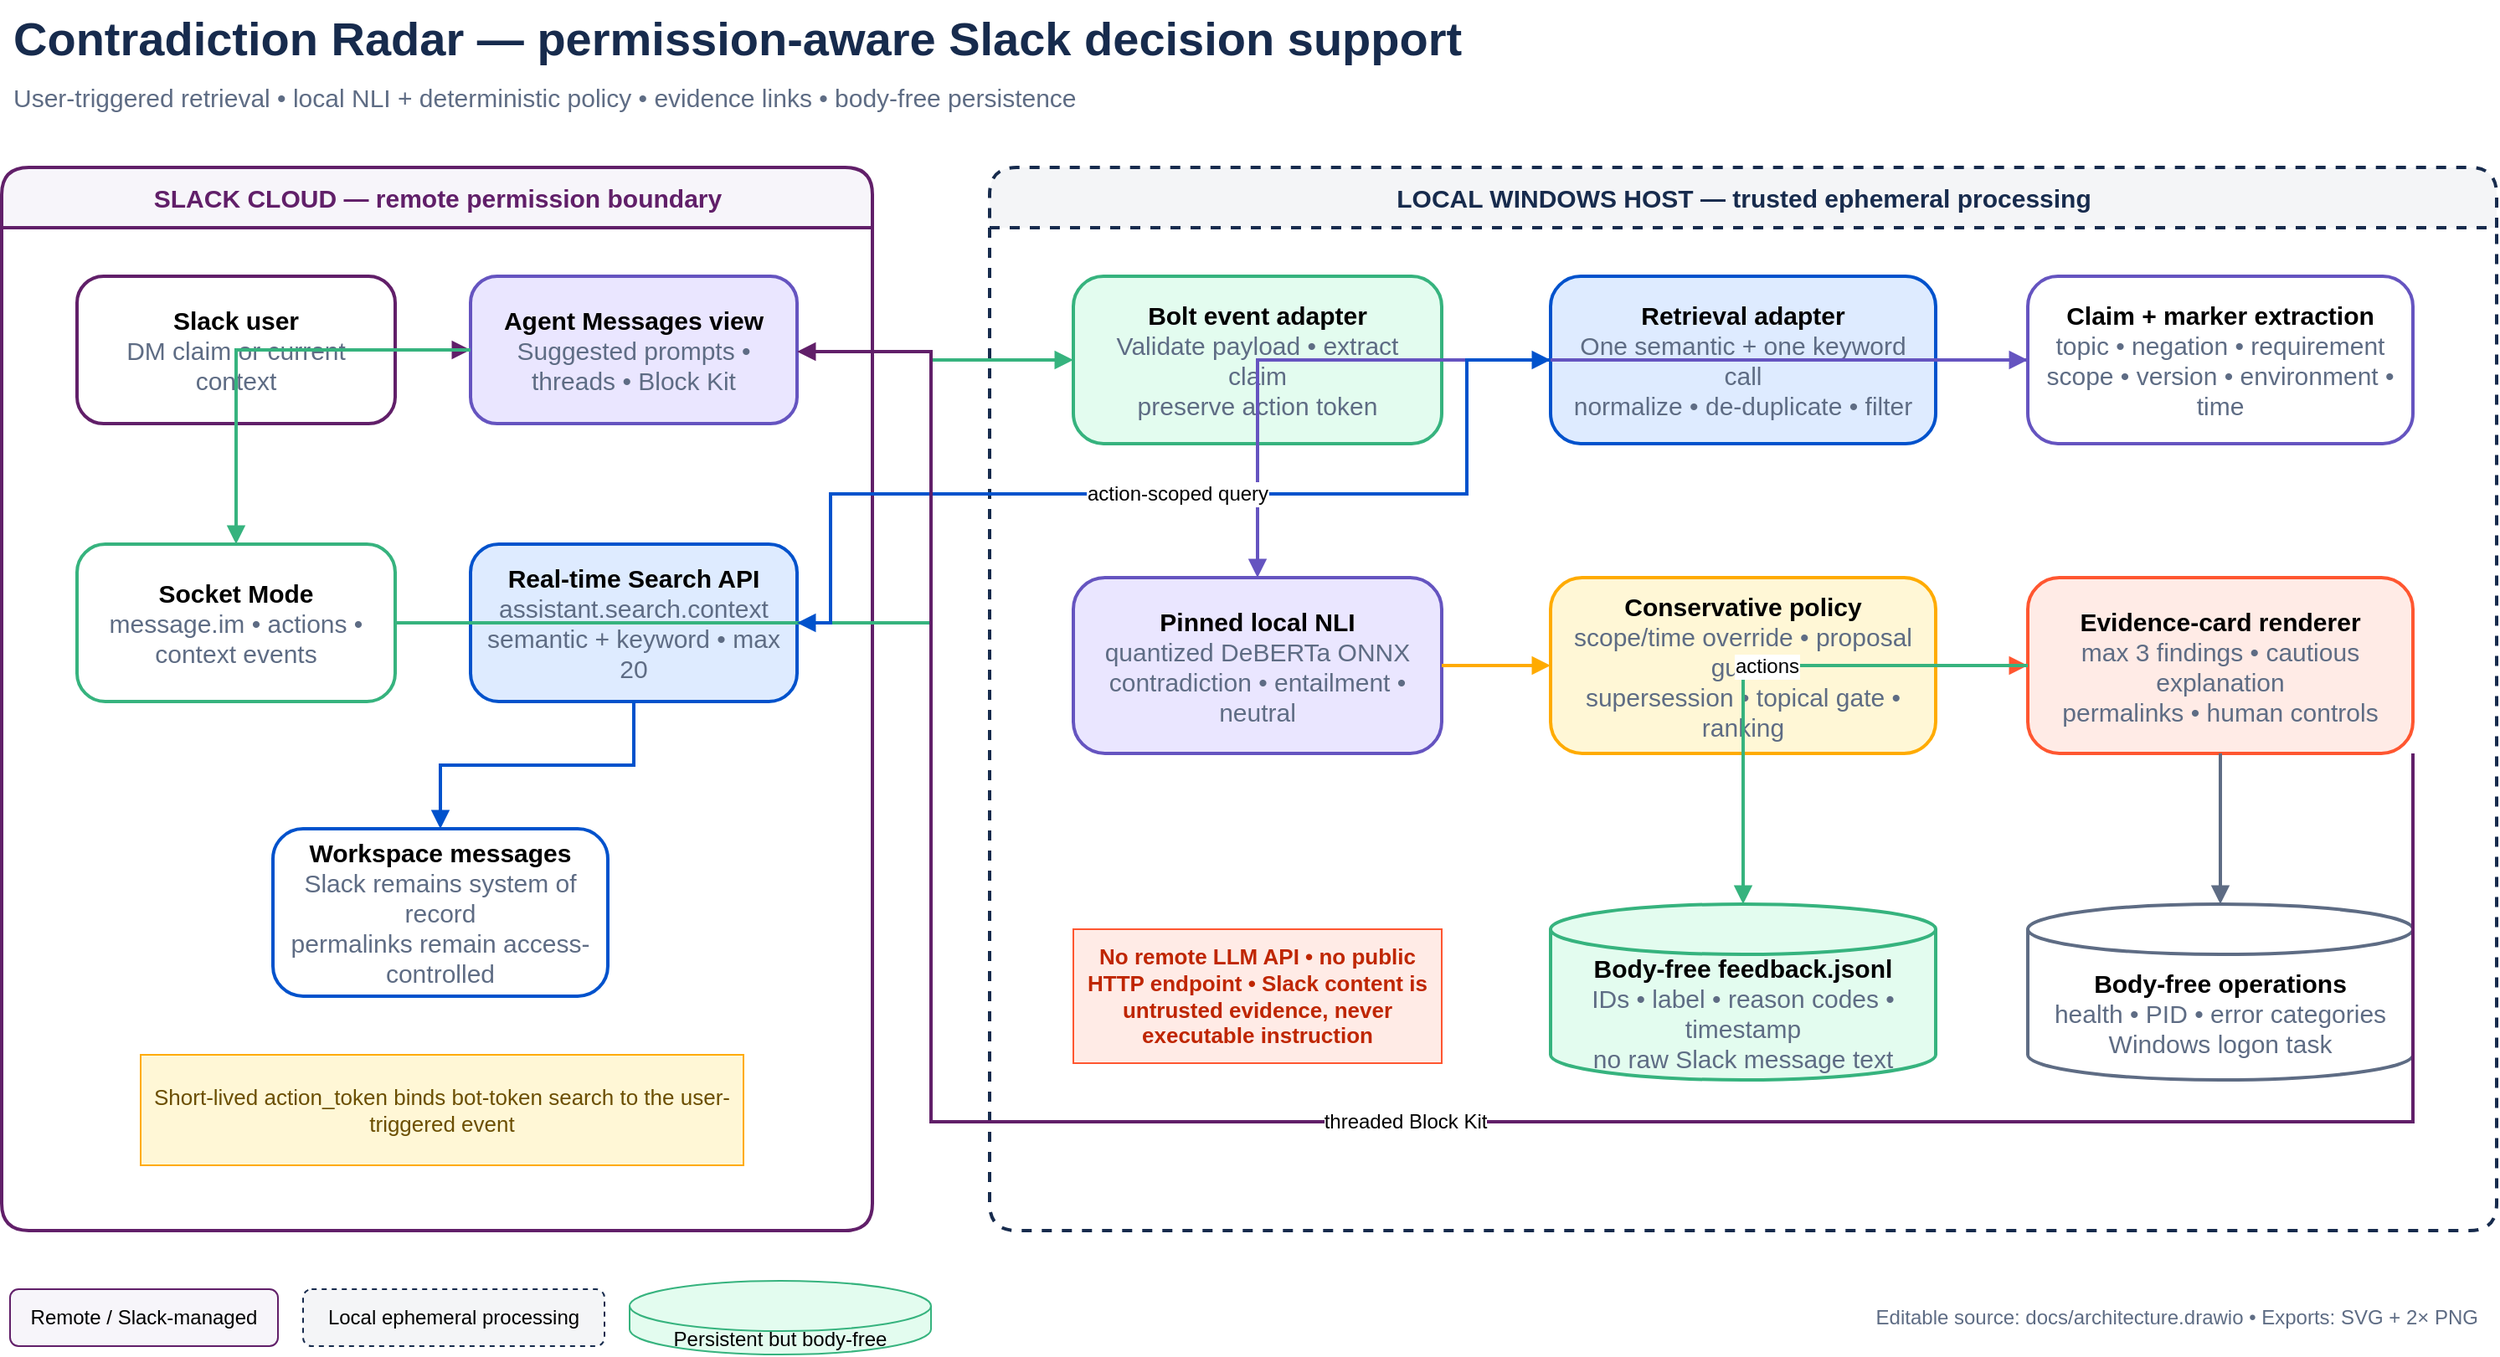
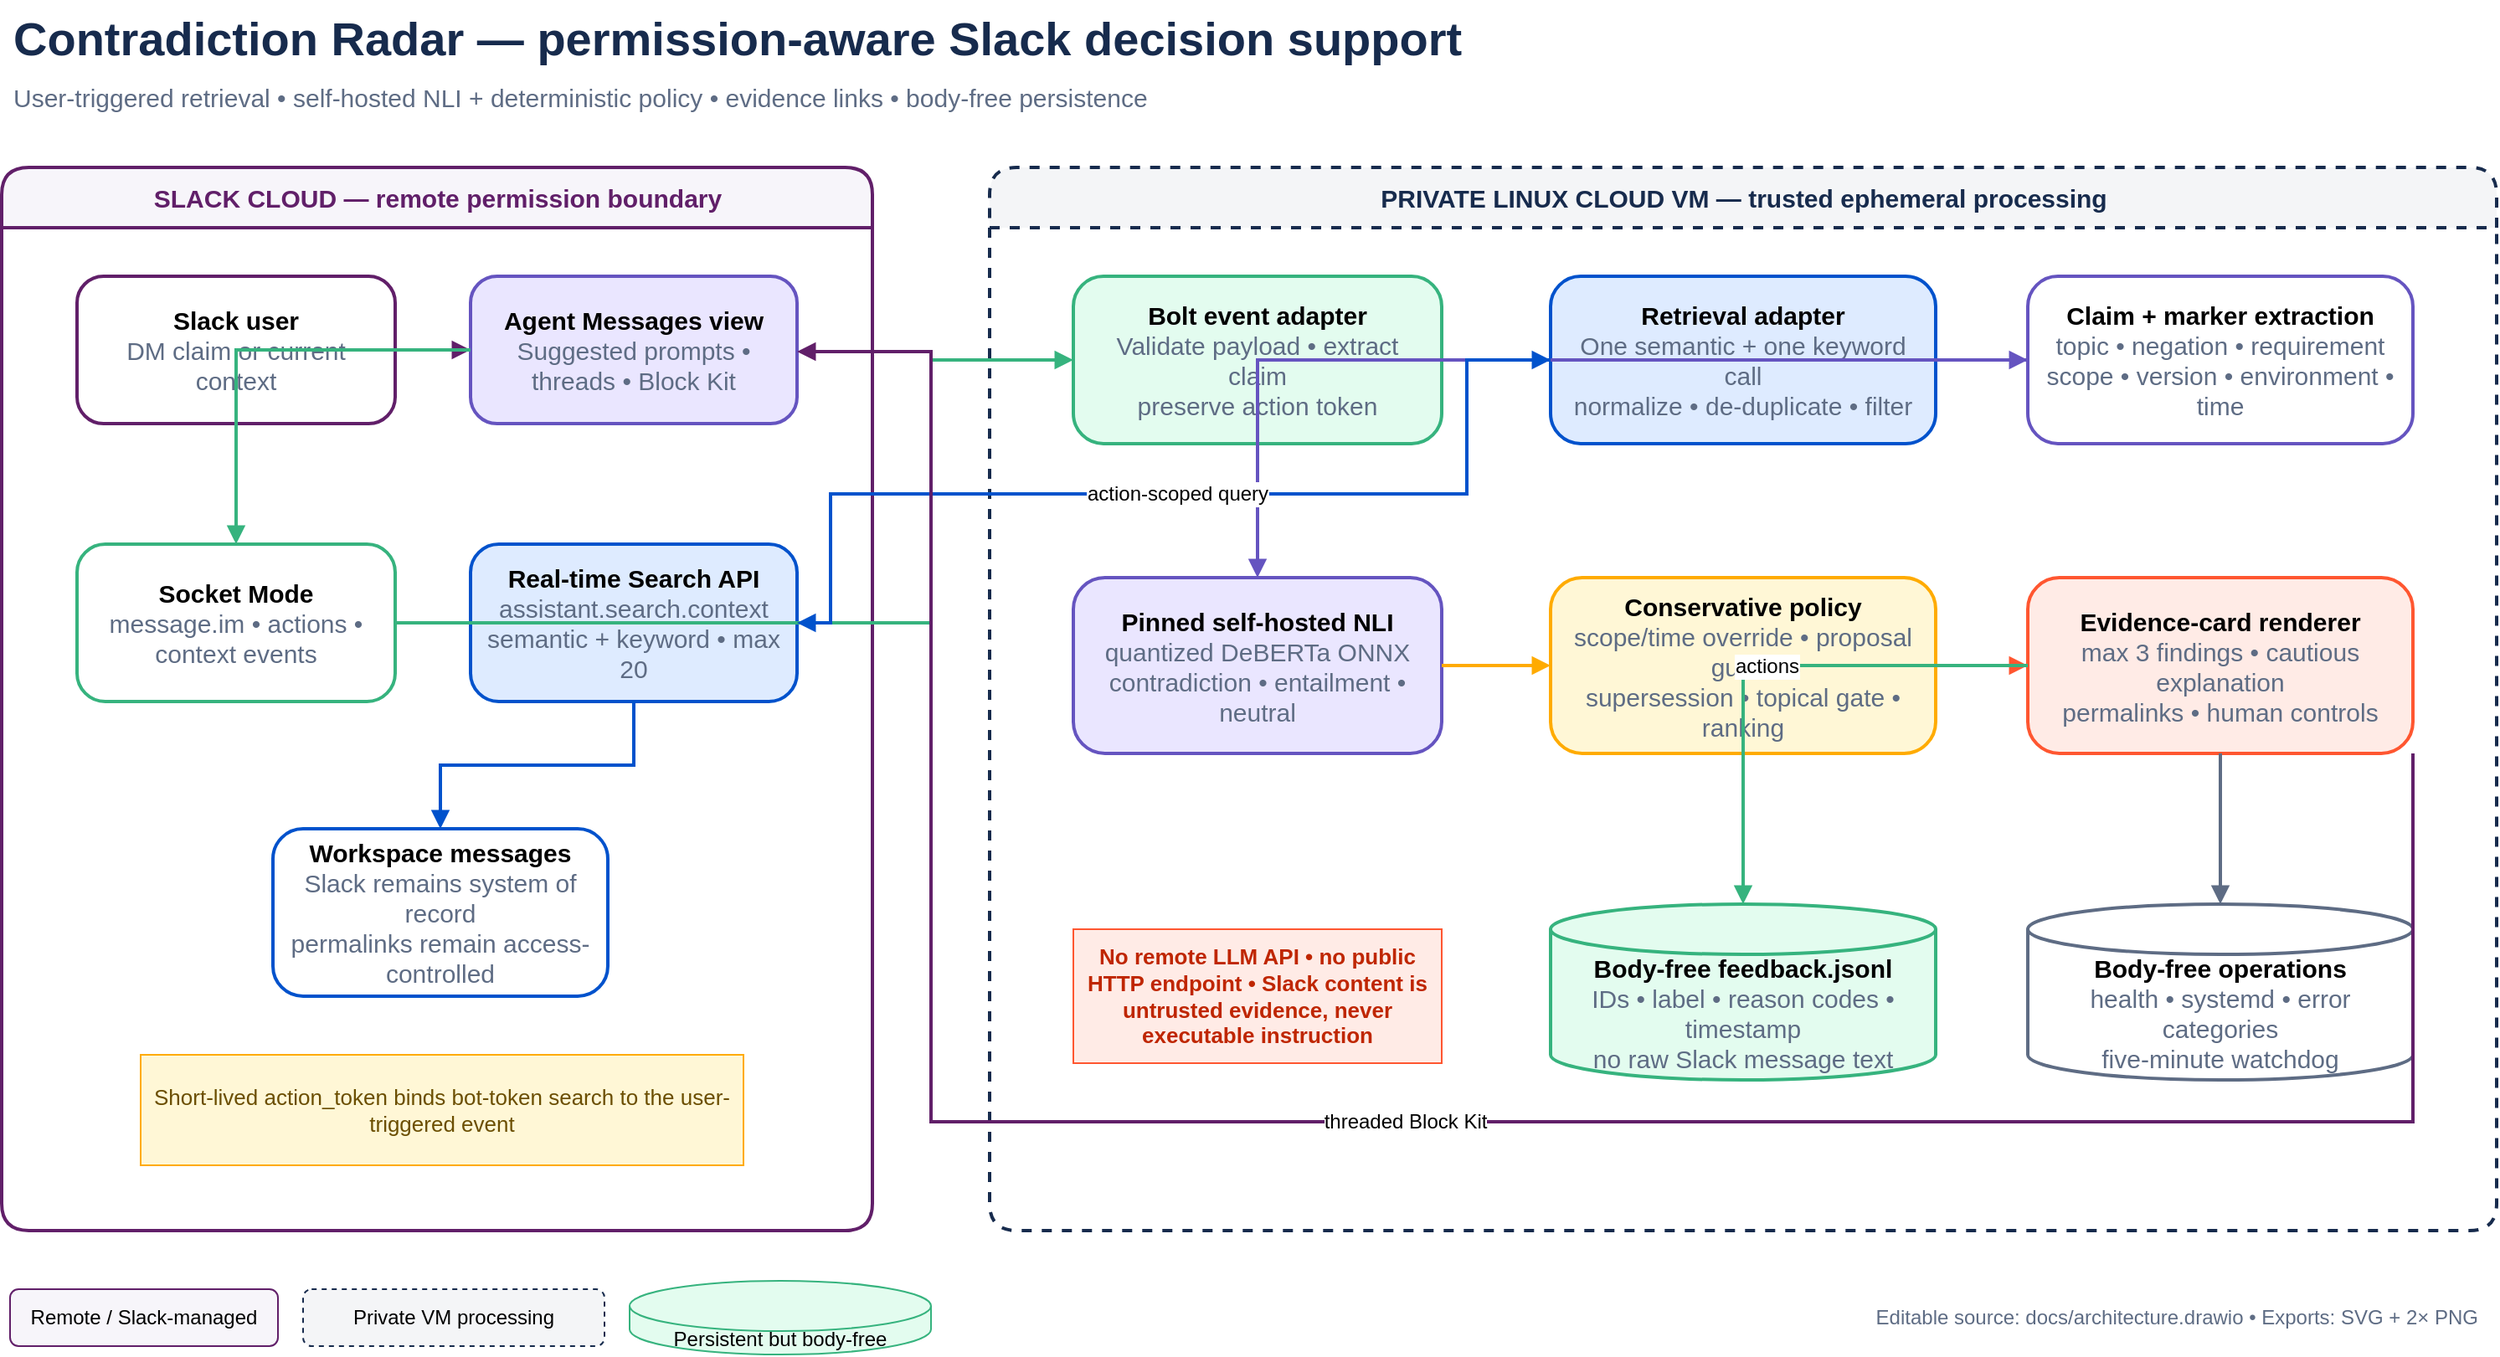
<mxfile host="app.diagrams.net" modified="2026-07-12T20:35:00.000Z" agent="Contradiction Radar" version="30.2.6" type="device">
  <diagram id="contradiction-radar" name="Architecture">
    <mxGraphModel dx="1600" dy="900" grid="1" gridSize="10" guides="1" tooltips="1" connect="1" arrows="1" fold="1" page="1" pageScale="1" pageWidth="1600" pageHeight="900" background="#FFFFFF" math="0" shadow="0">
      <root>
        <mxCell id="0"/>
        <mxCell id="1" parent="0"/>
        <mxCell id="title" value="Contradiction Radar — permission-aware Slack decision support" style="text;html=1;align=left;verticalAlign=middle;fontSize=28;fontStyle=1;fontColor=#172B4D;" vertex="1" parent="1">
          <mxGeometry x="60" y="35" width="1200" height="45" as="geometry"/>
        </mxCell>
-         <mxCell id="subtitle" value="User-triggered retrieval • local NLI + deterministic policy • evidence links • body-free persistence" style="text;html=1;align=left;verticalAlign=middle;fontSize=15;fontColor=#5E6C84;" vertex="1" parent="1">
+         <mxCell id="subtitle" value="User-triggered retrieval • self-hosted NLI + deterministic policy • evidence links • body-free persistence" style="text;html=1;align=left;verticalAlign=middle;fontSize=15;fontColor=#5E6C84;" vertex="1" parent="1">
          <mxGeometry x="60" y="78" width="1200" height="30" as="geometry"/>
        </mxCell>

        <mxCell id="slackCloud" value="SLACK CLOUD — remote permission boundary" style="swimlane;html=1;rounded=1;startSize=36;horizontal=1;fillColor=#F7F5FA;strokeColor=#611F69;strokeWidth=2;fontColor=#611F69;fontStyle=1;fontSize=15;" vertex="1" parent="1">
          <mxGeometry x="55" y="135" width="520" height="635" as="geometry"/>
        </mxCell>
        <mxCell id="user" value="&lt;b&gt;Slack user&lt;/b&gt;&lt;br&gt;&lt;font color='#5E6C84'&gt;DM claim or current context&lt;/font&gt;" style="rounded=1;whiteSpace=wrap;html=1;fillColor=#FFFFFF;strokeColor=#611F69;strokeWidth=2;fontSize=15;arcSize=18;spacing=10;" vertex="1" parent="slackCloud">
          <mxGeometry x="45" y="65" width="190" height="88" as="geometry"/>
        </mxCell>
        <mxCell id="agentView" value="&lt;b&gt;Agent Messages view&lt;/b&gt;&lt;br&gt;&lt;font color='#5E6C84'&gt;Suggested prompts • threads • Block Kit&lt;/font&gt;" style="rounded=1;whiteSpace=wrap;html=1;fillColor=#EAE6FF;strokeColor=#6554C0;strokeWidth=2;fontSize=15;arcSize=18;spacing=10;" vertex="1" parent="slackCloud">
          <mxGeometry x="280" y="65" width="195" height="88" as="geometry"/>
        </mxCell>
        <mxCell id="socket" value="&lt;b&gt;Socket Mode&lt;/b&gt;&lt;br&gt;&lt;font color='#5E6C84'&gt;message.im • actions • context events&lt;/font&gt;" style="rounded=1;whiteSpace=wrap;html=1;fillColor=#FFFFFF;strokeColor=#36B37E;strokeWidth=2;fontSize=15;arcSize=18;spacing=10;" vertex="1" parent="slackCloud">
          <mxGeometry x="45" y="225" width="190" height="94" as="geometry"/>
        </mxCell>
        <mxCell id="rts" value="&lt;b&gt;Real-time Search API&lt;/b&gt;&lt;br&gt;&lt;font color='#5E6C84'&gt;assistant.search.context&lt;br&gt;semantic + keyword • max 20&lt;/font&gt;" style="rounded=1;whiteSpace=wrap;html=1;fillColor=#DEEBFF;strokeColor=#0052CC;strokeWidth=2;fontSize=15;arcSize=18;spacing=10;" vertex="1" parent="slackCloud">
          <mxGeometry x="280" y="225" width="195" height="94" as="geometry"/>
        </mxCell>
        <mxCell id="workspace" value="&lt;b&gt;Workspace messages&lt;/b&gt;&lt;br&gt;&lt;font color='#5E6C84'&gt;Slack remains system of record&lt;br&gt;permalinks remain access-controlled&lt;/font&gt;" style="rounded=1;whiteSpace=wrap;html=1;fillColor=#FFFFFF;strokeColor=#0052CC;strokeWidth=2;fontSize=15;arcSize=18;spacing=10;" vertex="1" parent="slackCloud">
          <mxGeometry x="162" y="395" width="200" height="100" as="geometry"/>
        </mxCell>
        <mxCell id="token" value="Short-lived action_token binds bot-token search to the user-triggered event" style="note;whiteSpace=wrap;html=1;fillColor=#FFF7D6;strokeColor=#FFAB00;fontColor=#6B4E00;fontSize=13;spacing=8;" vertex="1" parent="slackCloud">
          <mxGeometry x="83" y="530" width="360" height="66" as="geometry"/>
        </mxCell>

-         <mxCell id="localBoundary" value="LOCAL WINDOWS HOST — trusted ephemeral processing" style="swimlane;html=1;rounded=1;startSize=36;horizontal=1;fillColor=#F4F5F7;strokeColor=#172B4D;strokeWidth=2;dashed=1;fontColor=#172B4D;fontStyle=1;fontSize=15;" vertex="1" parent="1">
+         <mxCell id="localBoundary" value="PRIVATE LINUX CLOUD VM — trusted ephemeral processing" style="swimlane;html=1;rounded=1;startSize=36;horizontal=1;fillColor=#F4F5F7;strokeColor=#172B4D;strokeWidth=2;dashed=1;fontColor=#172B4D;fontStyle=1;fontSize=15;" vertex="1" parent="1">
          <mxGeometry x="645" y="135" width="900" height="635" as="geometry"/>
        </mxCell>
        <mxCell id="bolt" value="&lt;b&gt;Bolt event adapter&lt;/b&gt;&lt;br&gt;&lt;font color='#5E6C84'&gt;Validate payload • extract claim&lt;br&gt;preserve action token&lt;/font&gt;" style="rounded=1;whiteSpace=wrap;html=1;fillColor=#E3FCEF;strokeColor=#36B37E;strokeWidth=2;fontSize=15;arcSize=18;spacing=10;" vertex="1" parent="localBoundary">
          <mxGeometry x="50" y="65" width="220" height="100" as="geometry"/>
        </mxCell>
        <mxCell id="retrieval" value="&lt;b&gt;Retrieval adapter&lt;/b&gt;&lt;br&gt;&lt;font color='#5E6C84'&gt;One semantic + one keyword call&lt;br&gt;normalize • de-duplicate • filter&lt;/font&gt;" style="rounded=1;whiteSpace=wrap;html=1;fillColor=#DEEBFF;strokeColor=#0052CC;strokeWidth=2;fontSize=15;arcSize=18;spacing=10;" vertex="1" parent="localBoundary">
          <mxGeometry x="335" y="65" width="230" height="100" as="geometry"/>
        </mxCell>
        <mxCell id="preprocess" value="&lt;b&gt;Claim + marker extraction&lt;/b&gt;&lt;br&gt;&lt;font color='#5E6C84'&gt;topic • negation • requirement&lt;br&gt;scope • version • environment • time&lt;/font&gt;" style="rounded=1;whiteSpace=wrap;html=1;fillColor=#FFFFFF;strokeColor=#6554C0;strokeWidth=2;fontSize=15;arcSize=18;spacing=10;" vertex="1" parent="localBoundary">
          <mxGeometry x="620" y="65" width="230" height="100" as="geometry"/>
        </mxCell>
-         <mxCell id="nli" value="&lt;b&gt;Pinned local NLI&lt;/b&gt;&lt;br&gt;&lt;font color='#5E6C84'&gt;quantized DeBERTa ONNX&lt;br&gt;contradiction • entailment • neutral&lt;/font&gt;" style="rounded=1;whiteSpace=wrap;html=1;fillColor=#EAE6FF;strokeColor=#6554C0;strokeWidth=2;fontSize=15;arcSize=18;spacing=10;" vertex="1" parent="localBoundary">
+         <mxCell id="nli" value="&lt;b&gt;Pinned self-hosted NLI&lt;/b&gt;&lt;br&gt;&lt;font color='#5E6C84'&gt;quantized DeBERTa ONNX&lt;br&gt;contradiction • entailment • neutral&lt;/font&gt;" style="rounded=1;whiteSpace=wrap;html=1;fillColor=#EAE6FF;strokeColor=#6554C0;strokeWidth=2;fontSize=15;arcSize=18;spacing=10;" vertex="1" parent="localBoundary">
          <mxGeometry x="50" y="245" width="220" height="105" as="geometry"/>
        </mxCell>
        <mxCell id="policy" value="&lt;b&gt;Conservative policy&lt;/b&gt;&lt;br&gt;&lt;font color='#5E6C84'&gt;scope/time override • proposal guard&lt;br&gt;supersession • topical gate • ranking&lt;/font&gt;" style="rounded=1;whiteSpace=wrap;html=1;fillColor=#FFF7D6;strokeColor=#FFAB00;strokeWidth=2;fontSize=15;arcSize=18;spacing=10;" vertex="1" parent="localBoundary">
          <mxGeometry x="335" y="245" width="230" height="105" as="geometry"/>
        </mxCell>
        <mxCell id="renderer" value="&lt;b&gt;Evidence-card renderer&lt;/b&gt;&lt;br&gt;&lt;font color='#5E6C84'&gt;max 3 findings • cautious explanation&lt;br&gt;permalinks • human controls&lt;/font&gt;" style="rounded=1;whiteSpace=wrap;html=1;fillColor=#FFEBE6;strokeColor=#FF5630;strokeWidth=2;fontSize=15;arcSize=18;spacing=10;" vertex="1" parent="localBoundary">
          <mxGeometry x="620" y="245" width="230" height="105" as="geometry"/>
        </mxCell>
        <mxCell id="feedback" value="&lt;b&gt;Body-free feedback.jsonl&lt;/b&gt;&lt;br&gt;&lt;font color='#5E6C84'&gt;IDs • label • reason codes • timestamp&lt;br&gt;no raw Slack message text&lt;/font&gt;" style="shape=cylinder3;whiteSpace=wrap;html=1;boundedLbl=1;backgroundOutline=1;fillColor=#E3FCEF;strokeColor=#36B37E;strokeWidth=2;fontSize=15;spacing=10;" vertex="1" parent="localBoundary">
          <mxGeometry x="335" y="440" width="230" height="105" as="geometry"/>
        </mxCell>
-         <mxCell id="logs" value="&lt;b&gt;Body-free operations&lt;/b&gt;&lt;br&gt;&lt;font color='#5E6C84'&gt;health • PID • error categories&lt;br&gt;Windows logon task&lt;/font&gt;" style="shape=cylinder3;whiteSpace=wrap;html=1;boundedLbl=1;backgroundOutline=1;fillColor=#FFFFFF;strokeColor=#5E6C84;strokeWidth=2;fontSize=15;spacing=10;" vertex="1" parent="localBoundary">
+         <mxCell id="logs" value="&lt;b&gt;Body-free operations&lt;/b&gt;&lt;br&gt;&lt;font color='#5E6C84'&gt;health • systemd • error categories&lt;br&gt;five-minute watchdog&lt;/font&gt;" style="shape=cylinder3;whiteSpace=wrap;html=1;boundedLbl=1;backgroundOutline=1;fillColor=#FFFFFF;strokeColor=#5E6C84;strokeWidth=2;fontSize=15;spacing=10;" vertex="1" parent="localBoundary">
          <mxGeometry x="620" y="440" width="230" height="105" as="geometry"/>
        </mxCell>
        <mxCell id="noRemote" value="No remote LLM API • no public HTTP endpoint • Slack content is untrusted evidence, never executable instruction" style="note;whiteSpace=wrap;html=1;fillColor=#FFEBE6;strokeColor=#FF5630;fontColor=#BF2600;fontStyle=1;fontSize=13;spacing=8;" vertex="1" parent="localBoundary">
          <mxGeometry x="50" y="455" width="220" height="80" as="geometry"/>
        </mxCell>

        <mxCell id="e1" style="edgeStyle=orthogonalEdgeStyle;rounded=0;orthogonalLoop=1;jettySize=auto;html=1;strokeColor=#611F69;strokeWidth=2;endArrow=block;endFill=1;" edge="1" parent="slackCloud" source="user" target="agentView"><mxGeometry relative="1" as="geometry"/></mxCell>
        <mxCell id="e2" style="edgeStyle=orthogonalEdgeStyle;rounded=0;html=1;strokeColor=#36B37E;strokeWidth=2;endArrow=block;endFill=1;" edge="1" parent="slackCloud" source="agentView" target="socket"><mxGeometry relative="1" as="geometry"/></mxCell>
        <mxCell id="e3" style="edgeStyle=orthogonalEdgeStyle;rounded=0;html=1;strokeColor=#0052CC;strokeWidth=2;endArrow=block;endFill=1;" edge="1" parent="slackCloud" source="rts" target="workspace"><mxGeometry relative="1" as="geometry"/></mxCell>

        <mxCell id="e4" style="edgeStyle=orthogonalEdgeStyle;rounded=0;html=1;strokeColor=#36B37E;strokeWidth=2;endArrow=block;endFill=1;" edge="1" parent="1" source="socket" target="bolt"><mxGeometry relative="1" as="geometry"><Array as="points"><mxPoint x="610" y="407"/><mxPoint x="610" y="250"/></Array></mxGeometry></mxCell>
        <mxCell id="e5" style="edgeStyle=orthogonalEdgeStyle;rounded=0;html=1;strokeColor=#0052CC;strokeWidth=2;endArrow=block;endFill=1;" edge="1" parent="localBoundary" source="bolt" target="retrieval"><mxGeometry relative="1" as="geometry"/></mxCell>
        <mxCell id="e6" style="edgeStyle=orthogonalEdgeStyle;rounded=0;html=1;strokeColor=#6554C0;strokeWidth=2;endArrow=block;endFill=1;" edge="1" parent="localBoundary" source="retrieval" target="preprocess"><mxGeometry relative="1" as="geometry"/></mxCell>
        <mxCell id="e7" value="action-scoped query" style="edgeStyle=orthogonalEdgeStyle;rounded=0;html=1;strokeColor=#0052CC;strokeWidth=2;endArrow=block;endFill=1;fontSize=12;labelBackgroundColor=#FFFFFF;" edge="1" parent="1" source="retrieval" target="rts"><mxGeometry relative="1" as="geometry"><Array as="points"><mxPoint x="930" y="330"/><mxPoint x="550" y="330"/><mxPoint x="550" y="407"/></Array></mxGeometry></mxCell>
        <mxCell id="e8" style="edgeStyle=orthogonalEdgeStyle;rounded=0;html=1;strokeColor=#6554C0;strokeWidth=2;endArrow=block;endFill=1;" edge="1" parent="localBoundary" source="preprocess" target="nli"><mxGeometry relative="1" as="geometry"/></mxCell>
        <mxCell id="e9" style="edgeStyle=orthogonalEdgeStyle;rounded=0;html=1;strokeColor=#FFAB00;strokeWidth=2;endArrow=block;endFill=1;" edge="1" parent="localBoundary" source="nli" target="policy"><mxGeometry relative="1" as="geometry"/></mxCell>
        <mxCell id="e10" style="edgeStyle=orthogonalEdgeStyle;rounded=0;html=1;strokeColor=#FF5630;strokeWidth=2;endArrow=block;endFill=1;" edge="1" parent="localBoundary" source="policy" target="renderer"><mxGeometry relative="1" as="geometry"/></mxCell>
        <mxCell id="e11" value="threaded Block Kit" style="edgeStyle=orthogonalEdgeStyle;rounded=0;html=1;strokeColor=#611F69;strokeWidth=2;endArrow=block;endFill=1;fontSize=12;labelBackgroundColor=#FFFFFF;" edge="1" parent="1" source="renderer" target="agentView"><mxGeometry relative="1" as="geometry"><Array as="points"><mxPoint x="1495" y="705"/><mxPoint x="610" y="705"/><mxPoint x="610" y="245"/><mxPoint x="530" y="245"/></Array></mxGeometry></mxCell>
        <mxCell id="e12" value="actions" style="edgeStyle=orthogonalEdgeStyle;rounded=0;html=1;strokeColor=#36B37E;strokeWidth=2;endArrow=block;endFill=1;fontSize=12;labelBackgroundColor=#FFFFFF;" edge="1" parent="localBoundary" source="renderer" target="feedback"><mxGeometry relative="1" as="geometry"/></mxCell>
        <mxCell id="e13" style="edgeStyle=orthogonalEdgeStyle;rounded=0;html=1;strokeColor=#5E6C84;strokeWidth=2;endArrow=block;endFill=1;" edge="1" parent="localBoundary" source="renderer" target="logs"><mxGeometry relative="1" as="geometry"/></mxCell>

        <mxCell id="legend1" value="Remote / Slack-managed" style="rounded=1;whiteSpace=wrap;html=1;fillColor=#F7F5FA;strokeColor=#611F69;fontSize=12;" vertex="1" parent="1"><mxGeometry x="60" y="805" width="160" height="34" as="geometry"/></mxCell>
-         <mxCell id="legend2" value="Local ephemeral processing" style="rounded=1;whiteSpace=wrap;html=1;fillColor=#F4F5F7;strokeColor=#172B4D;dashed=1;fontSize=12;" vertex="1" parent="1"><mxGeometry x="235" y="805" width="180" height="34" as="geometry"/></mxCell>
+         <mxCell id="legend2" value="Private VM processing" style="rounded=1;whiteSpace=wrap;html=1;fillColor=#F4F5F7;strokeColor=#172B4D;dashed=1;fontSize=12;" vertex="1" parent="1"><mxGeometry x="235" y="805" width="180" height="34" as="geometry"/></mxCell>
        <mxCell id="legend3" value="Persistent but body-free" style="shape=cylinder3;whiteSpace=wrap;html=1;boundedLbl=1;backgroundOutline=1;fillColor=#E3FCEF;strokeColor=#36B37E;fontSize=12;" vertex="1" parent="1"><mxGeometry x="430" y="800" width="180" height="44" as="geometry"/></mxCell>
        <mxCell id="footer" value="Editable source: docs/architecture.drawio • Exports: SVG + 2× PNG" style="text;html=1;align=right;verticalAlign=middle;fontSize=12;fontColor=#5E6C84;" vertex="1" parent="1"><mxGeometry x="1050" y="805" width="485" height="34" as="geometry"/></mxCell>
      </root>
    </mxGraphModel>
  </diagram>
</mxfile>
